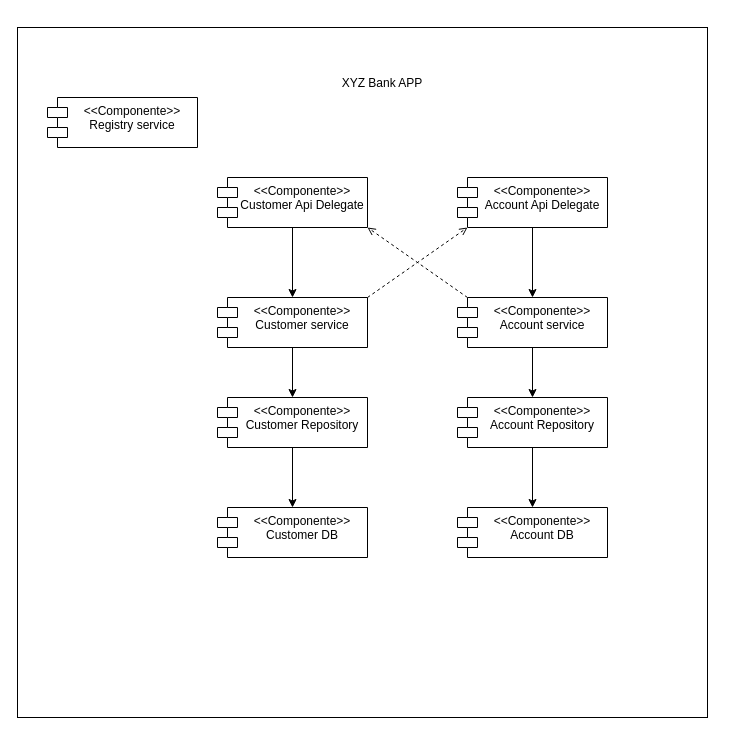
dannyverap/XYZBank keeps this draw.io diagram as Documentacion/SRCDiagramaCasosDeUso/3. Diagrama de componentes.drawio. Above is the earlier version. Source tidied: cells renumbered, new cells numbered last; positions are measured from the earlier drawing's top-left corner, leaving out a move shared by most shapes. Both pictures are drawn from the tidied source at 100%, with x=0, y=0 at pixel (17, 27).
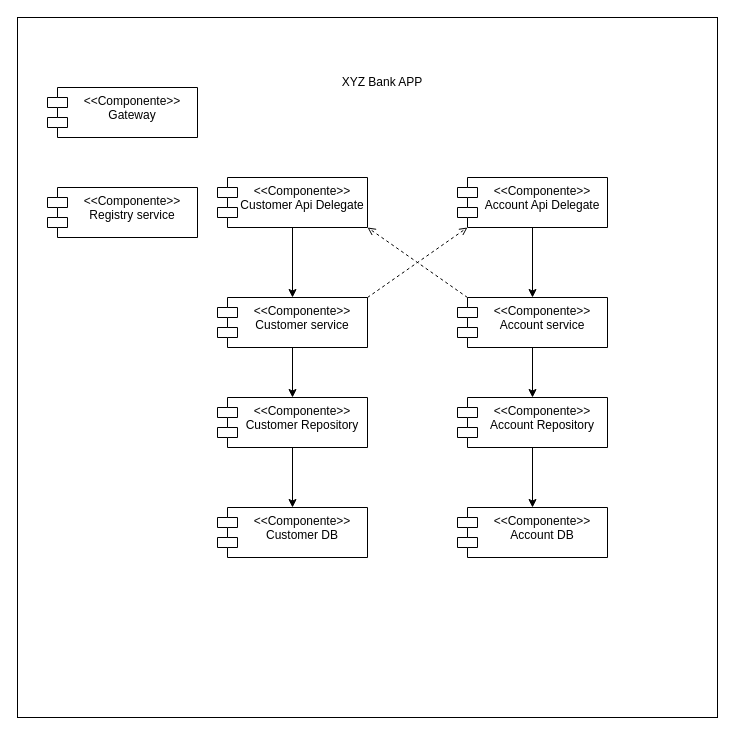
After the change.

Commit message (it also covers changes not shown here):
Update Diagrama de componentes and readme

Change to the diagram source:
```diff
@@
     <mxCell id="2" style="whiteSpace=wrap;html=1;" parent="1" vertex="1">
-      <mxGeometry width="690" height="690" as="geometry" />
+      <mxGeometry y="-10" width="700" height="700" as="geometry" />
     </mxCell>
     <mxCell id="3" value="&amp;lt;&amp;lt;Componente&amp;gt;&amp;gt;&lt;div&gt;Registry service&lt;/div&gt;" style="shape=module;align=left;spacingLeft=20;align=center;verticalAlign=top;whiteSpace=wrap;html=1;" parent="1" vertex="1">
-      <mxGeometry x="30" y="70" width="150" height="50" as="geometry" />
+      <mxGeometry x="30" y="160" width="150" height="50" as="geometry" />
     </mxCell>
@@
     <mxCell id="20" value="XYZ Bank APP" style="text;html=1;align=center;verticalAlign=middle;whiteSpace=wrap;rounded=0;" parent="1" vertex="1">
-      <mxGeometry x="300" y="41" width="130" height="30" as="geometry" />
+      <mxGeometry x="300" y="40" width="130" height="30" as="geometry" />
     </mxCell>
+    <mxCell id="21" value="&amp;lt;&amp;lt;Componente&amp;gt;&amp;gt;&lt;div&gt;Gateway&lt;/div&gt;" style="shape=module;align=left;spacingLeft=20;align=center;verticalAlign=top;whiteSpace=wrap;html=1;" parent="1" vertex="1">
+      <mxGeometry x="30" y="60" width="150" height="50" as="geometry" />
+    </mxCell>
```
